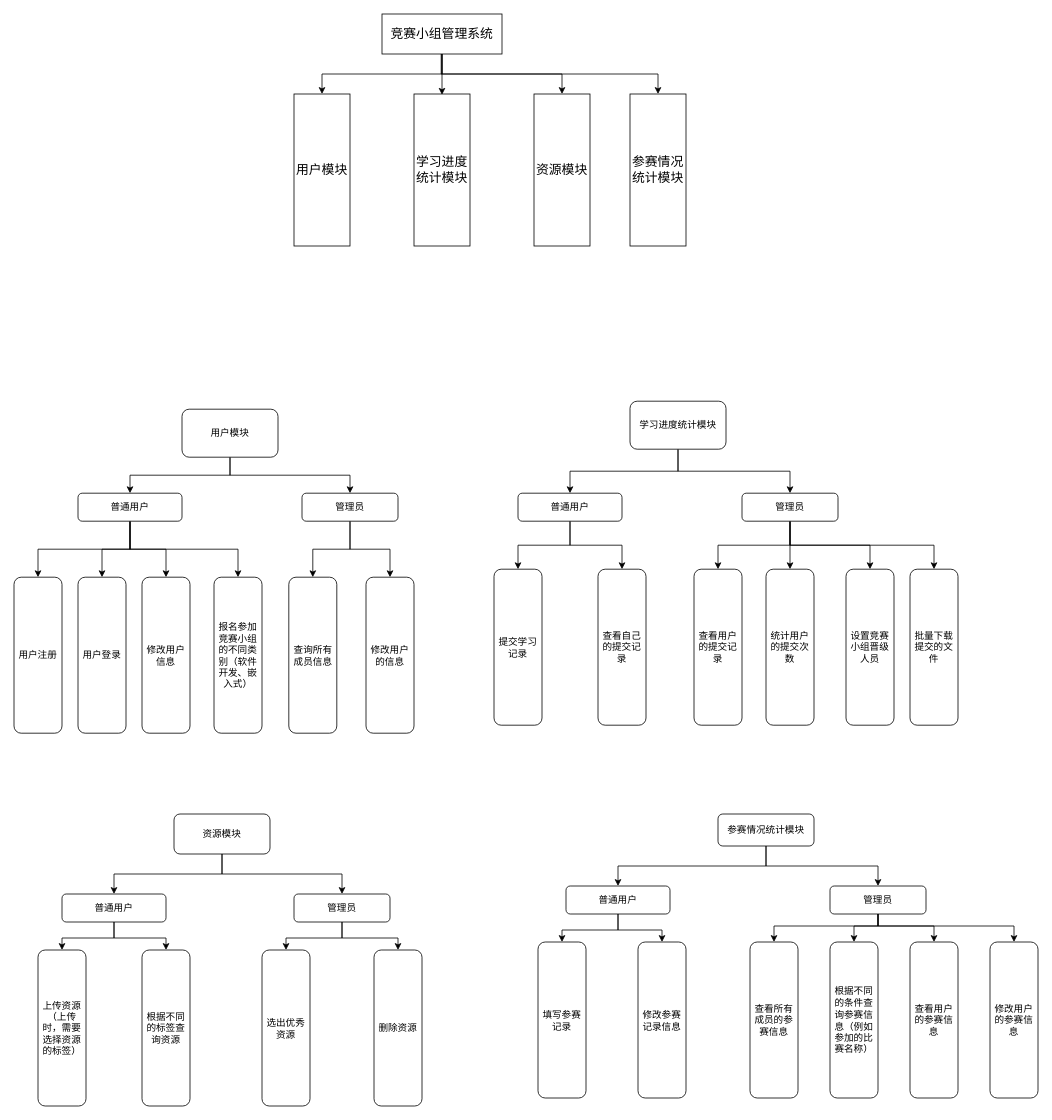
woshilmx/drawio keeps this draw.io diagram as 竞赛小组管理.drawio. Above is the earlier version. Source tidied: cells renumbered, new cells numbered last; positions are measured from the earlier drawing's top-left corner, leaving out a move shared by most shapes. Both pictures are drawn from the tidied source at 80%, with x=0, y=0 at pixel (14, 14).
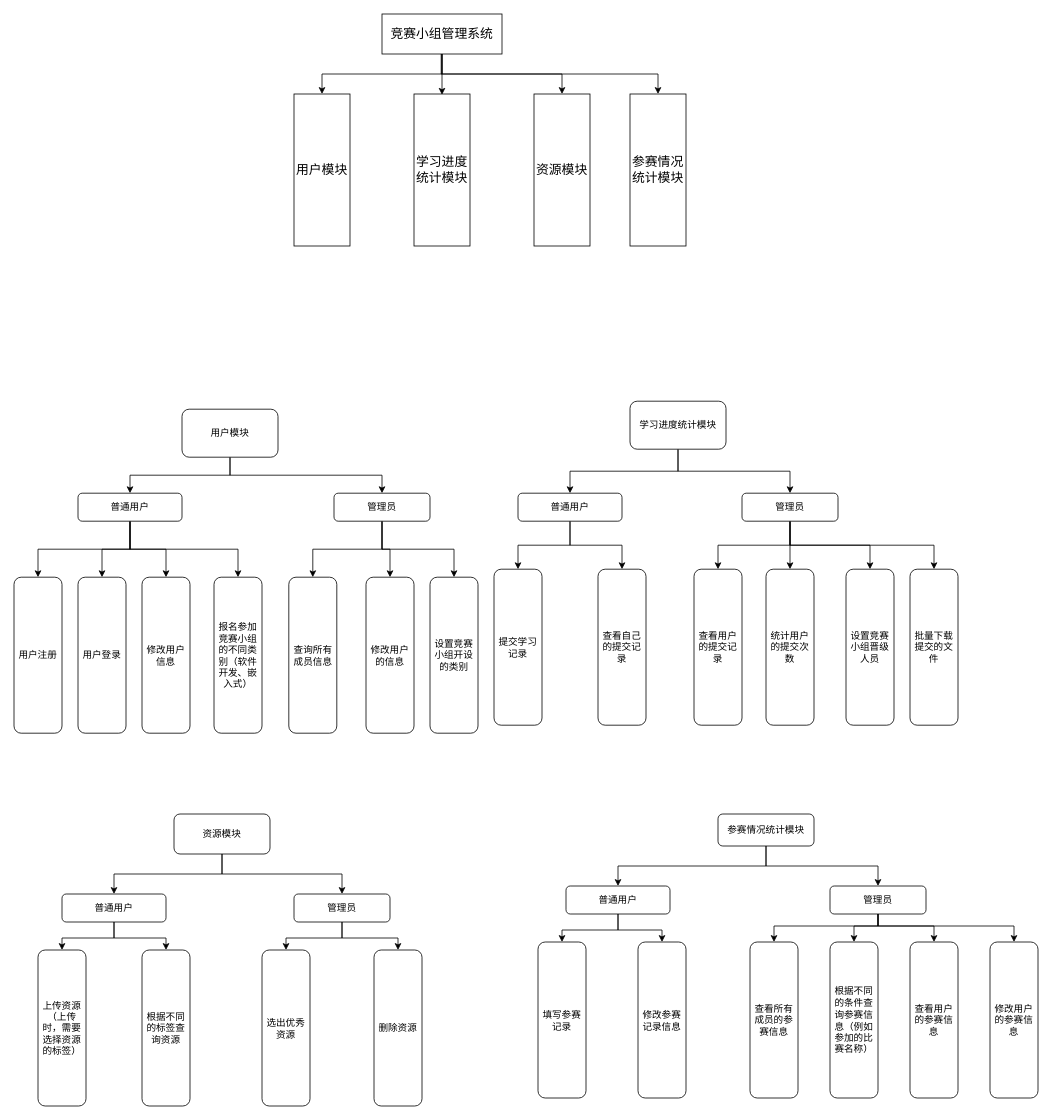
The same diagram, later.

Commit message (it also covers changes not shown here):
更新竞赛小组管理.drawio

Change to the diagram source:
```diff
@@
+    <mxCell id="75" style="edgeStyle=orthogonalEdgeStyle;rounded=0;jettySize=auto;html=1;exitX=0.5;exitY=1;exitDx=0;exitDy=0;entryX=0.5;entryY=0;entryDx=0;entryDy=0;" parent="1" edge="1" source="26" target="76">
+      <mxGeometry relative="1" as="geometry" />
+    </mxCell>
     <mxCell id="26" value="管理员" style="rounded=1;whiteSpace=wrap;html=1;" parent="1" vertex="1">
-      <mxGeometry x="360" y="599" width="120" height="35" as="geometry" />
+      <mxGeometry x="400" y="599" width="120" height="35" as="geometry" />
     </mxCell>
@@
+    <mxCell id="76" value="设置竞赛小组开设的类别" style="rounded=1;whiteSpace=wrap;html=1;" parent="1" vertex="1">
+      <mxGeometry x="520" y="704" width="60" height="195" as="geometry" />
+    </mxCell>
```
